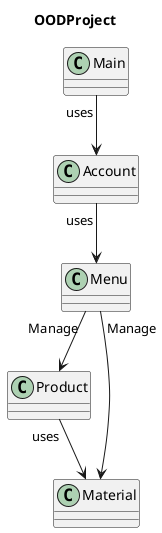
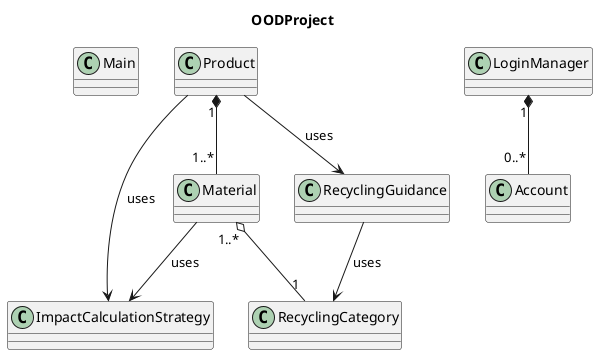
@startuml OODProject
title OODProject

Class Main {

}

- Class Menu {
- 
- }

Class Product {

}

Class Material {

}

+ Class ImpactCalculationStrategy {
+ 
+ }
+ 
+ Class RecyclingGuidance  {
+ 
+ }
+ 
+ Class RecyclingCategory {
+ 
+ }
+ 
+ Class LoginManager {
+ 
+ }
+ 
Class Account {

}
- Main "uses"--> Account
- Menu "Manage"--> Product
- Menu "Manage"--> Material
- Account "uses"--> Menu
- Product "uses" --> Material
+ 
+ Product"1" *-- "1..*"Material
+ Product --> ImpactCalculationStrategy : uses
+ Product --> RecyclingGuidance : uses
+ Material --> ImpactCalculationStrategy : uses
+ LoginManager "1" *-- "0..*" Account
+ RecyclingGuidance --> RecyclingCategory : uses
+ Material"1..*" o-- "1" RecyclingCategory
@enduml